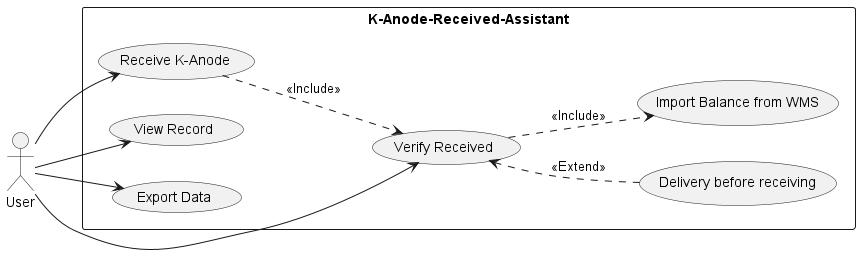
Above: out/UML/Concept/UseCase.png in Shinodari/K-Anode-Received-Assistant-Design (PlantUML), before the change.
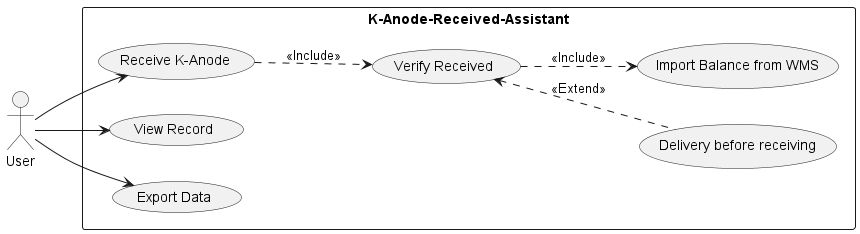
After the commit.

Commit message:
usecase:remove relationship user to verify

The edit, as a diff of the source:
```diff
@@ -9,7 +9,6 @@
     usecase "Import Balance from WMS" as import
 }
 User --> receive
-User --> verify
 
 receive ..> verify : <<Include>>
 verify ..> import : <<Include>>
```
